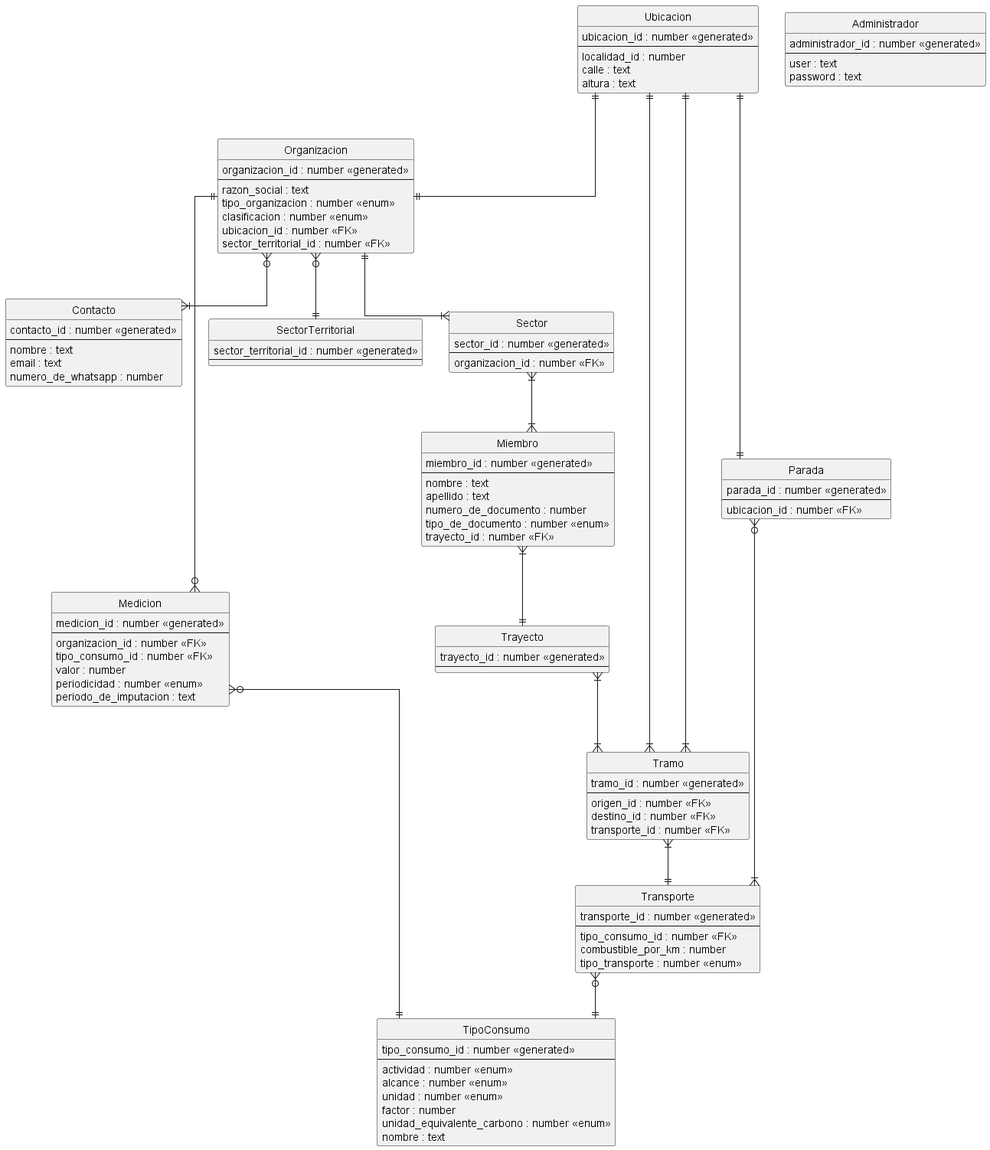
mbeorlegui/tpa-dds-2022 keeps this PlantUML diagram as out/DER/DER.png. Above is the earlier version.
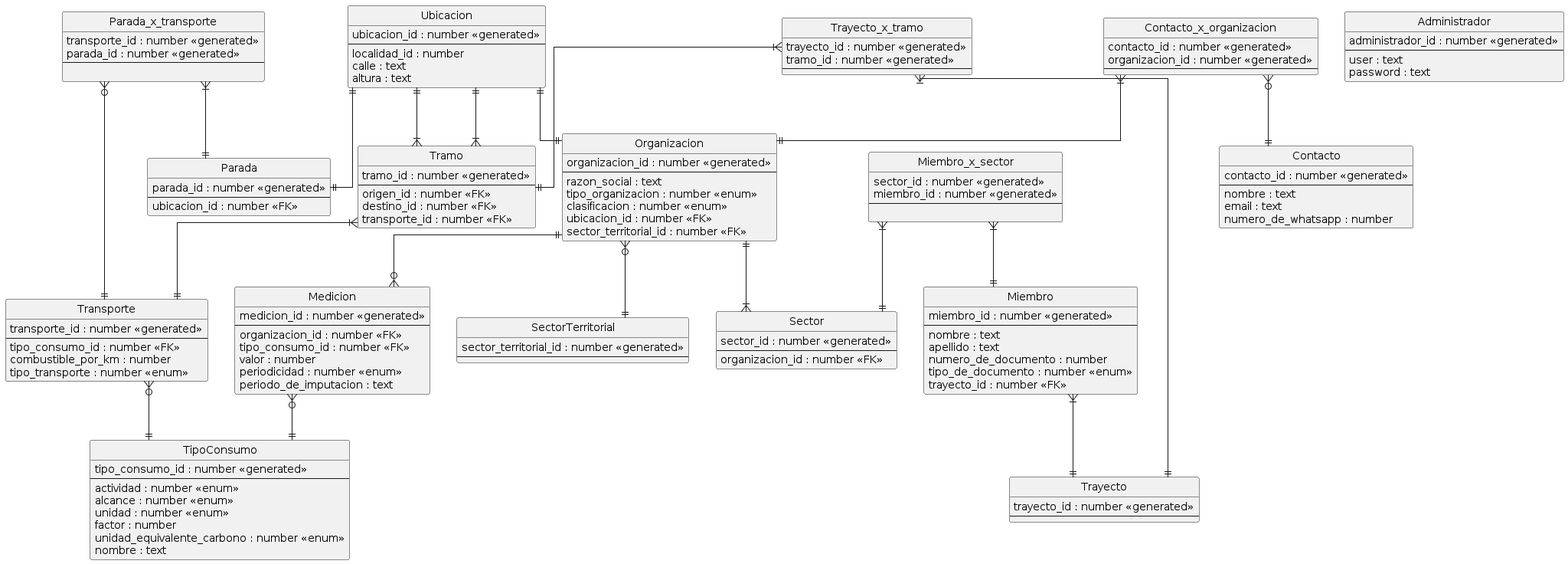
After the commit.

Commit message:
Actualiza diagrama y puml

Change to the diagram source:
```diff
@@ -11,6 +11,12 @@
   clasificacion : number <<enum>>
   ubicacion_id : number <<FK>>
   sector_territorial_id : number <<FK>>
+}
+
+entity Contacto_x_organizacion {
+  contacto_id : number <<generated>>
+  organizacion_id : number <<generated>>
+  --
 }
 
 entity Contacto {
@@ -61,6 +67,13 @@
   organizacion_id : number <<FK>>
 }
 
+entity Miembro_x_sector {
+  sector_id : number <<generated>>
+  miembro_id : number <<generated>>
+  --
+
+}
+
 entity Miembro {
   miembro_id : number <<generated>>
   --
@@ -87,9 +100,22 @@
   transporte_id : number <<FK>>
 }
 
+entity Trayecto_x_tramo {
+  trayecto_id : number <<generated>>
+  tramo_id : number <<generated>>
+  --
+}
+
 entity Trayecto {
   trayecto_id : number <<generated>>
   --
+}
+
+entity Parada_x_transporte {
+  transporte_id : number <<generated>>
+  parada_id : number <<generated>>
+  --
+
 }
 
 entity Parada {
@@ -106,11 +132,8 @@
 }
 
 Organizacion ||--|{ Sector
-Sector }|--|{ Miembro
 Miembro }|--|| Trayecto
-Trayecto }|--|{ Tramo
 Tramo }|--|| Transporte
-Parada }o--|{ Transporte
 Ubicacion ||--|| Parada
 Ubicacion ||--|| Organizacion
 Ubicacion||--|{ Tramo
@@ -118,10 +141,15 @@
 Organizacion||-o{ Medicion
 Medicion }o--|| TipoConsumo
 Transporte }o--|| TipoConsumo
-Organizacion }o--|{ Contacto
 Organizacion }o--|| SectorTerritorial
 
-
-
+Contacto_x_organizacion }o--||Contacto
+Contacto_x_organizacion }|--||Organizacion
+Miembro_x_sector }|--||Miembro
+Miembro_x_sector }|--||Sector
+Trayecto_x_tramo }|--||Tramo
+Trayecto_x_tramo }|--||Trayecto
+Parada_x_transporte }o--||Transporte
+Parada_x_transporte }|--||Parada
 
 @enduml
```
